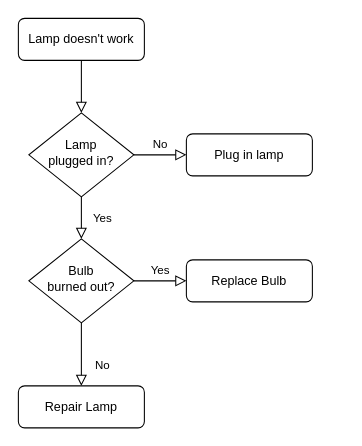
Earlier version of the draw.io diagram 未命名绘图.drawio (wangzhichen/JxTv). Source tidied: cells renumbered, new cells numbered last; positions are measured from the earlier drawing's top-left corner, leaving out a move shared by most shapes. Both pictures are drawn from the tidied source at 105%, with x=0, y=0 at pixel (18, 18).
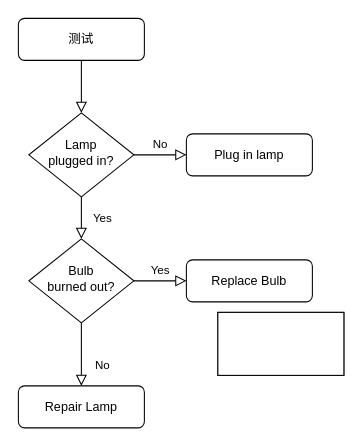
Above is the later version.

Commit message:
更新未命名绘图.drawio

Change to the diagram source:
```diff
@@
 <mxGraphModel>
   <root>
     <mxCell id="0" />
     <mxCell id="1" parent="0" />
     <mxCell id="2" style="rounded=0;html=1;jettySize=auto;fontSize=11;endArrow=block;endFill=0;endSize=8;strokeWidth=1;shadow=0;labelBackgroundColor=none;edgeStyle=orthogonalEdgeStyle;" parent="1" edge="1" source="3" target="6">
       <mxGeometry relative="1" as="geometry" />
     </mxCell>
-    <mxCell id="3" value="Lamp doesn't work" style="rounded=1;whiteSpace=wrap;html=1;fontSize=12;glass=0;strokeWidth=1;shadow=0;" parent="1" vertex="1">
+    <mxCell id="3" value="测试" style="rounded=1;whiteSpace=wrap;html=1;fontSize=12;glass=0;strokeWidth=1;shadow=0;" parent="1" vertex="1">
       <mxGeometry width="120" height="40" as="geometry" />
     </mxCell>
     <mxCell id="4" value="Yes" style="rounded=0;html=1;jettySize=auto;fontSize=11;endArrow=block;endFill=0;endSize=8;strokeWidth=1;shadow=0;labelBackgroundColor=none;edgeStyle=orthogonalEdgeStyle;" parent="1" edge="1" source="6" target="10">
       <mxGeometry y="20" relative="1" as="geometry" />
     </mxCell>
     <mxCell id="5" value="No" style="edgeStyle=orthogonalEdgeStyle;rounded=0;html=1;jettySize=auto;fontSize=11;endArrow=block;endFill=0;endSize=8;strokeWidth=1;shadow=0;labelBackgroundColor=none;" parent="1" edge="1" source="6" target="7">
       <mxGeometry y="10" relative="1" as="geometry" />
     </mxCell>
     <mxCell id="6" value="Lamp&lt;br&gt;plugged in?" style="rhombus;whiteSpace=wrap;html=1;shadow=0;fontFamily=Helvetica;fontSize=12;align=center;strokeWidth=1;spacing=6;spacingTop=-4;" parent="1" vertex="1">
       <mxGeometry x="10" y="90" width="100" height="80" as="geometry" />
     </mxCell>
     <mxCell id="7" value="Plug in lamp" style="rounded=1;whiteSpace=wrap;html=1;fontSize=12;glass=0;strokeWidth=1;shadow=0;" parent="1" vertex="1">
       <mxGeometry x="160" y="110" width="120" height="40" as="geometry" />
     </mxCell>
     <mxCell id="8" value="No" style="rounded=0;html=1;jettySize=auto;fontSize=11;endArrow=block;endFill=0;endSize=8;strokeWidth=1;shadow=0;labelBackgroundColor=none;edgeStyle=orthogonalEdgeStyle;" parent="1" edge="1" source="10" target="11">
       <mxGeometry x="0.33" y="20" relative="1" as="geometry" />
     </mxCell>
     <mxCell id="9" value="Yes" style="edgeStyle=orthogonalEdgeStyle;rounded=0;html=1;jettySize=auto;fontSize=11;endArrow=block;endFill=0;endSize=8;strokeWidth=1;shadow=0;labelBackgroundColor=none;" parent="1" edge="1" source="10" target="12">
       <mxGeometry y="10" relative="1" as="geometry" />
     </mxCell>
     <mxCell id="10" value="Bulb&lt;br&gt;burned out?" style="rhombus;whiteSpace=wrap;html=1;shadow=0;fontFamily=Helvetica;fontSize=12;align=center;strokeWidth=1;spacing=6;spacingTop=-4;" parent="1" vertex="1">
       <mxGeometry x="10" y="210" width="100" height="80" as="geometry" />
     </mxCell>
     <mxCell id="11" value="Repair Lamp" style="rounded=1;whiteSpace=wrap;html=1;fontSize=12;glass=0;strokeWidth=1;shadow=0;" parent="1" vertex="1">
       <mxGeometry y="350" width="120" height="40" as="geometry" />
     </mxCell>
     <mxCell id="12" value="Replace Bulb" style="rounded=1;whiteSpace=wrap;html=1;fontSize=12;glass=0;strokeWidth=1;shadow=0;" parent="1" vertex="1">
       <mxGeometry x="160" y="230" width="120" height="40" as="geometry" />
     </mxCell>
+    <mxCell id="13" style="rounded=0;whiteSpace=wrap;html=1;" parent="1" vertex="1">
+      <mxGeometry x="190" y="280" width="120" height="60" as="geometry" />
+    </mxCell>
+    <mxCell id="14" style="rounded=0;whiteSpace=wrap;html=1;" parent="1" vertex="1">
+      <mxGeometry x="190" y="280" width="120" height="60" as="geometry" />
+    </mxCell>
   </root>
 </mxGraphModel>
```
